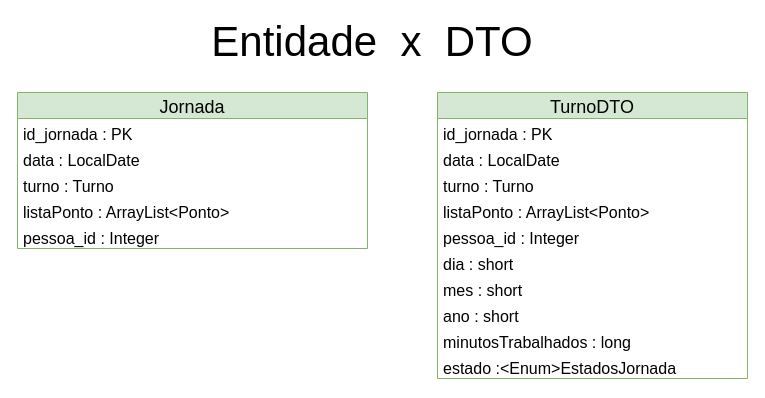
This is anexos/DTOEntidadeJornada.drawio from PontoSprint4/br.com.proway.senior.controlePonto, a draw.io file, before an edit. Source tidied: cells renumbered, new cells numbered last; positions are measured from the earlier drawing's top-left corner, leaving out a move shared by most shapes. Both pictures are drawn from the tidied source at 100%, with x=0, y=0 at pixel (17, 32).
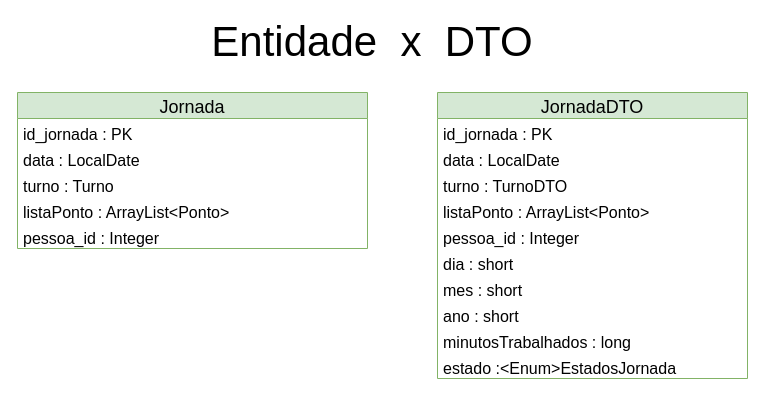
The same diagram, later.

Commit message:
Diagrama DTOEntidadeJornada atualizado para apresentacao da sprint6

Change to the diagram source:
```diff
@@
 <mxGraphModel>
   <root>
     <mxCell id="0" />
     <mxCell id="1" parent="0" />
     <mxCell id="2" value="Jornada" style="swimlane;fontStyle=0;horizontal=1;startSize=26;fillColor=#d5e8d4;strokeColor=#82b366;fontSize=18;" parent="1" vertex="1">
       <mxGeometry y="60" width="350" height="156" as="geometry" />
     </mxCell>
     <mxCell id="3" value="id_jornada : PK&#10;" style="text;strokeColor=none;fillColor=none;align=left;verticalAlign=top;spacingLeft=4;spacingRight=4;overflow=hidden;fontSize=16;" parent="2" vertex="1">
       <mxGeometry y="26" width="350" height="26" as="geometry" />
     </mxCell>
     <mxCell id="4" value="data : LocalDate" style="text;strokeColor=none;fillColor=none;align=left;verticalAlign=top;spacingLeft=4;spacingRight=4;overflow=hidden;fontSize=16;" parent="2" vertex="1">
       <mxGeometry y="52" width="350" height="26" as="geometry" />
     </mxCell>
     <mxCell id="5" value="turno : Turno" style="text;strokeColor=none;fillColor=none;align=left;verticalAlign=top;spacingLeft=4;spacingRight=4;overflow=hidden;fontSize=16;" parent="2" vertex="1">
       <mxGeometry y="78" width="350" height="26" as="geometry" />
     </mxCell>
     <mxCell id="6" value="listaPonto : ArrayList&lt;Ponto&gt;" style="text;strokeColor=none;fillColor=none;align=left;verticalAlign=top;spacingLeft=4;spacingRight=4;overflow=hidden;fontSize=16;" parent="2" vertex="1">
       <mxGeometry y="104" width="350" height="26" as="geometry" />
     </mxCell>
     <mxCell id="7" value="pessoa_id : Integer" style="text;strokeColor=none;fillColor=none;align=left;verticalAlign=top;spacingLeft=4;spacingRight=4;overflow=hidden;fontSize=16;" parent="2" vertex="1">
       <mxGeometry y="130" width="350" height="26" as="geometry" />
     </mxCell>
-    <mxCell id="8" value="TurnoDTO" style="swimlane;fontStyle=0;horizontal=1;startSize=26;fillColor=#d5e8d4;strokeColor=#82b366;fontSize=18;" parent="1" vertex="1">
+    <mxCell id="8" value="JornadaDTO" style="swimlane;fontStyle=0;horizontal=1;startSize=26;fillColor=#d5e8d4;strokeColor=#82b366;fontSize=18;" parent="1" vertex="1">
       <mxGeometry x="420" y="60" width="310" height="286" as="geometry" />
     </mxCell>
     <mxCell id="9" value="id_jornada : PK&#10;" style="text;strokeColor=none;fillColor=none;align=left;verticalAlign=top;spacingLeft=4;spacingRight=4;overflow=hidden;fontSize=16;" parent="8" vertex="1">
       <mxGeometry y="26" width="310" height="26" as="geometry" />
     </mxCell>
     <mxCell id="10" value="data : LocalDate" style="text;strokeColor=none;fillColor=none;align=left;verticalAlign=top;spacingLeft=4;spacingRight=4;overflow=hidden;fontSize=16;" parent="8" vertex="1">
       <mxGeometry y="52" width="310" height="26" as="geometry" />
     </mxCell>
-    <mxCell id="11" value="turno : Turno" style="text;strokeColor=none;fillColor=none;align=left;verticalAlign=top;spacingLeft=4;spacingRight=4;overflow=hidden;fontSize=16;" parent="8" vertex="1">
+    <mxCell id="11" value="turno : TurnoDTO" style="text;strokeColor=none;fillColor=none;align=left;verticalAlign=top;spacingLeft=4;spacingRight=4;overflow=hidden;fontSize=16;" parent="8" vertex="1">
       <mxGeometry y="78" width="310" height="26" as="geometry" />
     </mxCell>
     <mxCell id="12" value="listaPonto : ArrayList&lt;Ponto&gt;" style="text;strokeColor=none;fillColor=none;align=left;verticalAlign=top;spacingLeft=4;spacingRight=4;overflow=hidden;fontSize=16;" parent="8" vertex="1">
       <mxGeometry y="104" width="310" height="26" as="geometry" />
     </mxCell>
     <mxCell id="13" value="pessoa_id : Integer" style="text;strokeColor=none;fillColor=none;align=left;verticalAlign=top;spacingLeft=4;spacingRight=4;overflow=hidden;fontSize=16;" parent="8" vertex="1">
       <mxGeometry y="130" width="310" height="26" as="geometry" />
     </mxCell>
     <mxCell id="14" value="dia : short" style="text;strokeColor=none;fillColor=none;align=left;verticalAlign=top;spacingLeft=4;spacingRight=4;overflow=hidden;fontSize=16;" parent="8" vertex="1">
       <mxGeometry y="156" width="310" height="26" as="geometry" />
     </mxCell>
     <mxCell id="15" value="mes : short" style="text;strokeColor=none;fillColor=none;align=left;verticalAlign=top;spacingLeft=4;spacingRight=4;overflow=hidden;fontSize=16;" parent="8" vertex="1">
       <mxGeometry y="182" width="310" height="26" as="geometry" />
     </mxCell>
     <mxCell id="16" value="ano : short" style="text;strokeColor=none;fillColor=none;align=left;verticalAlign=top;spacingLeft=4;spacingRight=4;overflow=hidden;fontSize=16;" parent="8" vertex="1">
       <mxGeometry y="208" width="310" height="26" as="geometry" />
     </mxCell>
     <mxCell id="17" value="minutosTrabalhados : long" style="text;strokeColor=none;fillColor=none;align=left;verticalAlign=top;spacingLeft=4;spacingRight=4;overflow=hidden;fontSize=16;" parent="8" vertex="1">
       <mxGeometry y="234" width="310" height="26" as="geometry" />
     </mxCell>
     <mxCell id="18" value="estado :&lt;Enum&gt;EstadosJornada " style="text;strokeColor=none;fillColor=none;align=left;verticalAlign=top;spacingLeft=4;spacingRight=4;overflow=hidden;fontSize=16;" parent="8" vertex="1">
       <mxGeometry y="260" width="310" height="26" as="geometry" />
     </mxCell>
     <mxCell id="19" value="Entidade&amp;nbsp; x&amp;nbsp; DTO" style="text;html=1;strokeColor=none;fillColor=none;align=center;verticalAlign=middle;whiteSpace=wrap;rounded=0;fontSize=42;" parent="1" vertex="1">
       <mxGeometry x="170" width="370" height="20" as="geometry" />
     </mxCell>
   </root>
 </mxGraphModel>
```
